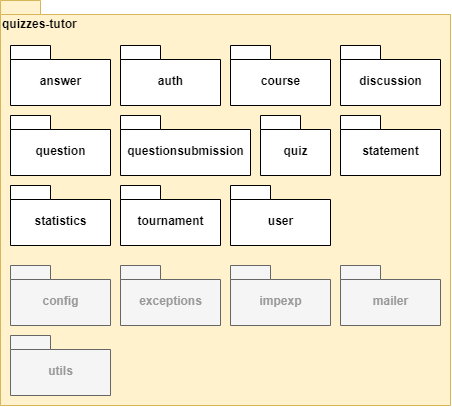
This is documentation/pictures/Decomposition View.png from dmmnjaws/ASoft-2020-2021-quizzes-tutor-arquitecture-documentation, a draw.io export, as it was before one commit. Source tidied: cells renumbered, new cells last; positions are measured from the earlier drawing's top-left corner, leaving out a move shared by most shapes. Its diagram source:
```xml
<mxGraphModel background="#ffffff">
  <root>
    <mxCell id="0" />
    <mxCell id="1" parent="0" />
    <mxCell id="2" value="quizzes-tutor" style="shape=folder;fontStyle=1;spacingTop=10;tabWidth=40;tabHeight=14;tabPosition=left;html=1;labelPosition=center;verticalLabelPosition=middle;align=left;verticalAlign=top;fillColor=#fff2cc;strokeColor=#d6b656;" parent="1" vertex="1">
      <mxGeometry width="450" height="405" as="geometry" />
    </mxCell>
    <mxCell id="3" value="answer" style="shape=folder;fontStyle=1;spacingTop=10;tabWidth=40;tabHeight=14;tabPosition=left;html=1;align=center;verticalAlign=middle;" parent="1" vertex="1">
      <mxGeometry x="10" y="45" width="100" height="60" as="geometry" />
    </mxCell>
    <mxCell id="4" value="auth" style="shape=folder;fontStyle=1;spacingTop=10;tabWidth=40;tabHeight=14;tabPosition=left;html=1;align=center;verticalAlign=middle;" parent="1" vertex="1">
      <mxGeometry x="120" y="45" width="100" height="60" as="geometry" />
    </mxCell>
    <mxCell id="5" value="config" style="shape=folder;fontStyle=1;spacingTop=10;tabWidth=40;tabHeight=14;tabPosition=left;html=1;align=center;verticalAlign=middle;fillColor=#f5f5f5;strokeColor=#666666;fontColor=#999999;" parent="1" vertex="1">
      <mxGeometry x="10" y="265" width="100" height="60" as="geometry" />
    </mxCell>
    <mxCell id="6" value="course" style="shape=folder;fontStyle=1;spacingTop=10;tabWidth=40;tabHeight=14;tabPosition=left;html=1;align=center;verticalAlign=middle;" parent="1" vertex="1">
      <mxGeometry x="230" y="45" width="100" height="60" as="geometry" />
    </mxCell>
    <mxCell id="7" value="discussion" style="shape=folder;fontStyle=1;spacingTop=10;tabWidth=40;tabHeight=14;tabPosition=left;html=1;align=center;verticalAlign=middle;" parent="1" vertex="1">
      <mxGeometry x="340" y="45" width="100" height="60" as="geometry" />
    </mxCell>
    <mxCell id="8" value="exceptions" style="shape=folder;fontStyle=1;spacingTop=10;tabWidth=40;tabHeight=14;tabPosition=left;html=1;align=center;verticalAlign=middle;fillColor=#f5f5f5;strokeColor=#666666;fontColor=#999999;" parent="1" vertex="1">
      <mxGeometry x="120" y="265" width="100" height="60" as="geometry" />
    </mxCell>
    <mxCell id="9" value="impexp" style="shape=folder;fontStyle=1;spacingTop=10;tabWidth=40;tabHeight=14;tabPosition=left;html=1;align=center;verticalAlign=middle;fillColor=#f5f5f5;strokeColor=#666666;fontColor=#999999;" parent="1" vertex="1">
      <mxGeometry x="230" y="265" width="100" height="60" as="geometry" />
    </mxCell>
    <mxCell id="10" value="mailer" style="shape=folder;fontStyle=1;spacingTop=10;tabWidth=40;tabHeight=14;tabPosition=left;html=1;align=center;verticalAlign=middle;fillColor=#f5f5f5;strokeColor=#666666;fontColor=#999999;" parent="1" vertex="1">
      <mxGeometry x="340" y="265" width="100" height="60" as="geometry" />
    </mxCell>
    <mxCell id="11" value="question" style="shape=folder;fontStyle=1;spacingTop=10;tabWidth=40;tabHeight=14;tabPosition=left;html=1;align=center;verticalAlign=middle;" parent="1" vertex="1">
      <mxGeometry x="10" y="115" width="100" height="60" as="geometry" />
    </mxCell>
    <mxCell id="12" value="questionsubmission" style="shape=folder;fontStyle=1;spacingTop=10;tabWidth=40;tabHeight=14;tabPosition=left;html=1;align=center;verticalAlign=middle;" parent="1" vertex="1">
      <mxGeometry x="120" y="115" width="130" height="60" as="geometry" />
    </mxCell>
    <mxCell id="13" value="quiz" style="shape=folder;fontStyle=1;spacingTop=10;tabWidth=40;tabHeight=14;tabPosition=left;html=1;align=center;verticalAlign=middle;" parent="1" vertex="1">
      <mxGeometry x="260" y="115" width="70" height="60" as="geometry" />
    </mxCell>
    <mxCell id="14" value="statement" style="shape=folder;fontStyle=1;spacingTop=10;tabWidth=40;tabHeight=14;tabPosition=left;html=1;align=center;verticalAlign=middle;" parent="1" vertex="1">
      <mxGeometry x="340" y="115" width="100" height="60" as="geometry" />
    </mxCell>
    <mxCell id="15" value="statistics" style="shape=folder;fontStyle=1;spacingTop=10;tabWidth=40;tabHeight=14;tabPosition=left;html=1;align=center;verticalAlign=middle;" parent="1" vertex="1">
      <mxGeometry x="10" y="185" width="100" height="60" as="geometry" />
    </mxCell>
    <mxCell id="16" value="tournament" style="shape=folder;fontStyle=1;spacingTop=10;tabWidth=40;tabHeight=14;tabPosition=left;html=1;align=center;verticalAlign=middle;" parent="1" vertex="1">
      <mxGeometry x="120" y="185" width="100" height="60" as="geometry" />
    </mxCell>
    <mxCell id="17" value="user" style="shape=folder;fontStyle=1;spacingTop=10;tabWidth=40;tabHeight=14;tabPosition=left;html=1;align=center;verticalAlign=middle;" parent="1" vertex="1">
      <mxGeometry x="230" y="185" width="100" height="60" as="geometry" />
    </mxCell>
    <mxCell id="18" value="utils" style="shape=folder;fontStyle=1;spacingTop=10;tabWidth=40;tabHeight=14;tabPosition=left;html=1;align=center;verticalAlign=middle;fillColor=#f5f5f5;strokeColor=#666666;fontColor=#999999;" parent="1" vertex="1">
      <mxGeometry x="10" y="335" width="100" height="60" as="geometry" />
    </mxCell>
    <mxCell id="19" style="edgeStyle=orthogonalEdgeStyle;rounded=0;orthogonalLoop=1;jettySize=auto;html=1;exitX=0.5;exitY=1;exitDx=0;exitDy=0;exitPerimeter=0;fontColor=#999999;" parent="1" edge="1" source="8" target="8">
      <mxGeometry relative="1" as="geometry" />
    </mxCell>
  </root>
</mxGraphModel>
```
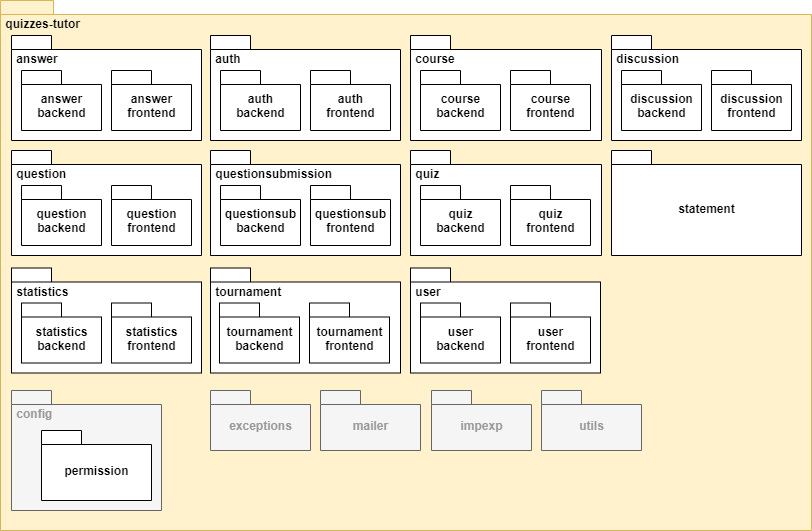
Later version of the same file.

Commit message:
Update decomposition view. Added notes.

What changed in the source:
```diff
@@ -2,59 +2,122 @@
   <root>
     <mxCell id="0" />
     <mxCell id="1" parent="0" />
-    <mxCell id="2" value="quizzes-tutor" style="shape=folder;fontStyle=1;spacingTop=10;tabWidth=40;tabHeight=14;tabPosition=left;html=1;labelPosition=center;verticalLabelPosition=middle;align=left;verticalAlign=top;fillColor=#fff2cc;strokeColor=#d6b656;" parent="1" vertex="1">
-      <mxGeometry width="450" height="405" as="geometry" />
+    <mxCell id="2" value="&amp;nbsp;quizzes-tutor" style="shape=folder;fontStyle=1;spacingTop=10;tabWidth=40;tabHeight=14;tabPosition=left;html=1;labelPosition=center;verticalLabelPosition=middle;align=left;verticalAlign=top;fillColor=#fff2cc;strokeColor=#d6b656;" parent="1" vertex="1">
+      <mxGeometry x="-1" y="-225" width="811" height="530" as="geometry" />
     </mxCell>
-    <mxCell id="3" value="answer" style="shape=folder;fontStyle=1;spacingTop=10;tabWidth=40;tabHeight=14;tabPosition=left;html=1;align=center;verticalAlign=middle;" parent="1" vertex="1">
-      <mxGeometry x="10" y="45" width="100" height="60" as="geometry" />
+    <mxCell id="3" value="&amp;nbsp;answer" style="shape=folder;fontStyle=1;spacingTop=10;tabWidth=40;tabHeight=14;tabPosition=left;html=1;align=left;verticalAlign=top;" parent="1" vertex="1">
+      <mxGeometry x="10" y="-190" width="190" height="105" as="geometry" />
     </mxCell>
-    <mxCell id="4" value="auth" style="shape=folder;fontStyle=1;spacingTop=10;tabWidth=40;tabHeight=14;tabPosition=left;html=1;align=center;verticalAlign=middle;" parent="1" vertex="1">
-      <mxGeometry x="120" y="45" width="100" height="60" as="geometry" />
+    <mxCell id="4" value="&amp;nbsp;auth" style="shape=folder;fontStyle=1;spacingTop=10;tabWidth=40;tabHeight=14;tabPosition=left;html=1;align=left;verticalAlign=top;" parent="1" vertex="1">
+      <mxGeometry x="209" y="-190" width="190" height="105" as="geometry" />
     </mxCell>
-    <mxCell id="5" value="config" style="shape=folder;fontStyle=1;spacingTop=10;tabWidth=40;tabHeight=14;tabPosition=left;html=1;align=center;verticalAlign=middle;fillColor=#f5f5f5;strokeColor=#666666;fontColor=#999999;" parent="1" vertex="1">
-      <mxGeometry x="10" y="265" width="100" height="60" as="geometry" />
+    <mxCell id="5" value="&amp;nbsp;config" style="shape=folder;fontStyle=1;spacingTop=10;tabWidth=40;tabHeight=14;tabPosition=left;html=1;align=left;verticalAlign=top;fillColor=#f5f5f5;strokeColor=#666666;fontColor=#999999;" parent="1" vertex="1">
+      <mxGeometry x="10" y="165" width="150" height="120" as="geometry" />
     </mxCell>
-    <mxCell id="6" value="course" style="shape=folder;fontStyle=1;spacingTop=10;tabWidth=40;tabHeight=14;tabPosition=left;html=1;align=center;verticalAlign=middle;" parent="1" vertex="1">
-      <mxGeometry x="230" y="45" width="100" height="60" as="geometry" />
+    <mxCell id="6" value="&amp;nbsp;course" style="shape=folder;fontStyle=1;spacingTop=10;tabWidth=40;tabHeight=14;tabPosition=left;html=1;align=left;verticalAlign=top;" parent="1" vertex="1">
+      <mxGeometry x="409" y="-190" width="191" height="105" as="geometry" />
     </mxCell>
-    <mxCell id="7" value="discussion" style="shape=folder;fontStyle=1;spacingTop=10;tabWidth=40;tabHeight=14;tabPosition=left;html=1;align=center;verticalAlign=middle;" parent="1" vertex="1">
-      <mxGeometry x="340" y="45" width="100" height="60" as="geometry" />
-    </mxCell>
     <mxCell id="8" value="exceptions" style="shape=folder;fontStyle=1;spacingTop=10;tabWidth=40;tabHeight=14;tabPosition=left;html=1;align=center;verticalAlign=middle;fillColor=#f5f5f5;strokeColor=#666666;fontColor=#999999;" parent="1" vertex="1">
-      <mxGeometry x="120" y="265" width="100" height="60" as="geometry" />
+      <mxGeometry x="209" y="165" width="100" height="60" as="geometry" />
     </mxCell>
     <mxCell id="9" value="impexp" style="shape=folder;fontStyle=1;spacingTop=10;tabWidth=40;tabHeight=14;tabPosition=left;html=1;align=center;verticalAlign=middle;fillColor=#f5f5f5;strokeColor=#666666;fontColor=#999999;" parent="1" vertex="1">
-      <mxGeometry x="230" y="265" width="100" height="60" as="geometry" />
+      <mxGeometry x="430" y="165" width="100" height="60" as="geometry" />
     </mxCell>
     <mxCell id="10" value="mailer" style="shape=folder;fontStyle=1;spacingTop=10;tabWidth=40;tabHeight=14;tabPosition=left;html=1;align=center;verticalAlign=middle;fillColor=#f5f5f5;strokeColor=#666666;fontColor=#999999;" parent="1" vertex="1">
-      <mxGeometry x="340" y="265" width="100" height="60" as="geometry" />
+      <mxGeometry x="319" y="165" width="100" height="60" as="geometry" />
     </mxCell>
-    <mxCell id="11" value="question" style="shape=folder;fontStyle=1;spacingTop=10;tabWidth=40;tabHeight=14;tabPosition=left;html=1;align=center;verticalAlign=middle;" parent="1" vertex="1">
-      <mxGeometry x="10" y="115" width="100" height="60" as="geometry" />
-    </mxCell>
-    <mxCell id="12" value="questionsubmission" style="shape=folder;fontStyle=1;spacingTop=10;tabWidth=40;tabHeight=14;tabPosition=left;html=1;align=center;verticalAlign=middle;" parent="1" vertex="1">
-      <mxGeometry x="120" y="115" width="130" height="60" as="geometry" />
-    </mxCell>
-    <mxCell id="13" value="quiz" style="shape=folder;fontStyle=1;spacingTop=10;tabWidth=40;tabHeight=14;tabPosition=left;html=1;align=center;verticalAlign=middle;" parent="1" vertex="1">
-      <mxGeometry x="260" y="115" width="70" height="60" as="geometry" />
-    </mxCell>
-    <mxCell id="14" value="statement" style="shape=folder;fontStyle=1;spacingTop=10;tabWidth=40;tabHeight=14;tabPosition=left;html=1;align=center;verticalAlign=middle;" parent="1" vertex="1">
-      <mxGeometry x="340" y="115" width="100" height="60" as="geometry" />
-    </mxCell>
-    <mxCell id="15" value="statistics" style="shape=folder;fontStyle=1;spacingTop=10;tabWidth=40;tabHeight=14;tabPosition=left;html=1;align=center;verticalAlign=middle;" parent="1" vertex="1">
-      <mxGeometry x="10" y="185" width="100" height="60" as="geometry" />
-    </mxCell>
-    <mxCell id="16" value="tournament" style="shape=folder;fontStyle=1;spacingTop=10;tabWidth=40;tabHeight=14;tabPosition=left;html=1;align=center;verticalAlign=middle;" parent="1" vertex="1">
-      <mxGeometry x="120" y="185" width="100" height="60" as="geometry" />
-    </mxCell>
-    <mxCell id="17" value="user" style="shape=folder;fontStyle=1;spacingTop=10;tabWidth=40;tabHeight=14;tabPosition=left;html=1;align=center;verticalAlign=middle;" parent="1" vertex="1">
-      <mxGeometry x="230" y="185" width="100" height="60" as="geometry" />
-    </mxCell>
     <mxCell id="18" value="utils" style="shape=folder;fontStyle=1;spacingTop=10;tabWidth=40;tabHeight=14;tabPosition=left;html=1;align=center;verticalAlign=middle;fillColor=#f5f5f5;strokeColor=#666666;fontColor=#999999;" parent="1" vertex="1">
-      <mxGeometry x="10" y="335" width="100" height="60" as="geometry" />
+      <mxGeometry x="540" y="165" width="100" height="60" as="geometry" />
     </mxCell>
     <mxCell id="19" style="edgeStyle=orthogonalEdgeStyle;rounded=0;orthogonalLoop=1;jettySize=auto;html=1;exitX=0.5;exitY=1;exitDx=0;exitDy=0;exitPerimeter=0;fontColor=#999999;" parent="1" edge="1" source="8" target="8">
       <mxGeometry relative="1" as="geometry" />
     </mxCell>
+    <mxCell id="20" value="auth&lt;br&gt;backend" style="shape=folder;fontStyle=1;spacingTop=10;tabWidth=40;tabHeight=14;tabPosition=left;html=1;align=center;verticalAlign=middle;" parent="1" vertex="1">
+      <mxGeometry x="219" y="-155" width="80" height="60" as="geometry" />
+    </mxCell>
+    <mxCell id="21" value="auth&lt;br&gt;frontend" style="shape=folder;fontStyle=1;spacingTop=10;tabWidth=40;tabHeight=14;tabPosition=left;html=1;align=center;verticalAlign=middle;" parent="1" vertex="1">
+      <mxGeometry x="309" y="-155" width="80" height="60" as="geometry" />
+    </mxCell>
+    <mxCell id="22" value="course&lt;br&gt;backend" style="shape=folder;fontStyle=1;spacingTop=10;tabWidth=40;tabHeight=14;tabPosition=left;html=1;align=center;verticalAlign=middle;" parent="1" vertex="1">
+      <mxGeometry x="419" y="-155" width="80" height="60" as="geometry" />
+    </mxCell>
+    <mxCell id="23" value="course&lt;br&gt;frontend" style="shape=folder;fontStyle=1;spacingTop=10;tabWidth=40;tabHeight=14;tabPosition=left;html=1;align=center;verticalAlign=middle;" parent="1" vertex="1">
+      <mxGeometry x="509" y="-155" width="80" height="60" as="geometry" />
+    </mxCell>
+    <mxCell id="24" value="answer&lt;br&gt;backend" style="shape=folder;fontStyle=1;spacingTop=10;tabWidth=40;tabHeight=14;tabPosition=left;html=1;align=center;verticalAlign=middle;" parent="1" vertex="1">
+      <mxGeometry x="20" y="-155" width="80" height="60" as="geometry" />
+    </mxCell>
+    <mxCell id="25" value="answer&lt;br&gt;frontend" style="shape=folder;fontStyle=1;spacingTop=10;tabWidth=40;tabHeight=14;tabPosition=left;html=1;align=center;verticalAlign=middle;" parent="1" vertex="1">
+      <mxGeometry x="110" y="-155" width="80" height="60" as="geometry" />
+    </mxCell>
+    <mxCell id="11" value="&amp;nbsp;question" style="shape=folder;fontStyle=1;spacingTop=10;tabWidth=40;tabHeight=14;tabPosition=left;html=1;align=left;verticalAlign=top;" parent="1" vertex="1">
+      <mxGeometry x="10" y="-75" width="190" height="105" as="geometry" />
+    </mxCell>
+    <mxCell id="26" value="question&lt;br&gt;backend" style="shape=folder;fontStyle=1;spacingTop=10;tabWidth=40;tabHeight=14;tabPosition=left;html=1;align=center;verticalAlign=middle;" parent="1" vertex="1">
+      <mxGeometry x="20" y="-40" width="80" height="60" as="geometry" />
+    </mxCell>
+    <mxCell id="27" value="question&lt;br&gt;frontend" style="shape=folder;fontStyle=1;spacingTop=10;tabWidth=40;tabHeight=14;tabPosition=left;html=1;align=center;verticalAlign=middle;" parent="1" vertex="1">
+      <mxGeometry x="110" y="-40" width="80" height="60" as="geometry" />
+    </mxCell>
+    <mxCell id="7" value="&amp;nbsp;discussion" style="shape=folder;fontStyle=1;spacingTop=10;tabWidth=40;tabHeight=14;tabPosition=left;html=1;align=left;verticalAlign=top;" parent="1" vertex="1">
+      <mxGeometry x="610" y="-190" width="190" height="105" as="geometry" />
+    </mxCell>
+    <mxCell id="28" value="discussion&lt;br&gt;backend" style="shape=folder;fontStyle=1;spacingTop=10;tabWidth=40;tabHeight=14;tabPosition=left;html=1;align=center;verticalAlign=middle;" parent="1" vertex="1">
+      <mxGeometry x="620" y="-155" width="80" height="60" as="geometry" />
+    </mxCell>
+    <mxCell id="29" value="discussion&lt;br&gt;frontend" style="shape=folder;fontStyle=1;spacingTop=10;tabWidth=40;tabHeight=14;tabPosition=left;html=1;align=center;verticalAlign=middle;" parent="1" vertex="1">
+      <mxGeometry x="710" y="-155" width="80" height="60" as="geometry" />
+    </mxCell>
+    <mxCell id="12" value="&amp;nbsp;questionsubmission" style="shape=folder;fontStyle=1;spacingTop=10;tabWidth=40;tabHeight=14;tabPosition=left;html=1;align=left;verticalAlign=top;" parent="1" vertex="1">
+      <mxGeometry x="209" y="-75" width="190" height="105" as="geometry" />
+    </mxCell>
+    <mxCell id="30" value="questionsub&lt;br&gt;backend" style="shape=folder;fontStyle=1;spacingTop=10;tabWidth=40;tabHeight=14;tabPosition=left;html=1;align=center;verticalAlign=middle;" parent="1" vertex="1">
+      <mxGeometry x="219" y="-40" width="80" height="60" as="geometry" />
+    </mxCell>
+    <mxCell id="31" value="questionsub&lt;br&gt;frontend" style="shape=folder;fontStyle=1;spacingTop=10;tabWidth=40;tabHeight=14;tabPosition=left;html=1;align=center;verticalAlign=middle;" parent="1" vertex="1">
+      <mxGeometry x="309" y="-40" width="80" height="60" as="geometry" />
+    </mxCell>
+    <mxCell id="13" value="&amp;nbsp;quiz" style="shape=folder;fontStyle=1;spacingTop=10;tabWidth=40;tabHeight=14;tabPosition=left;html=1;align=left;verticalAlign=top;" parent="1" vertex="1">
+      <mxGeometry x="409" y="-75" width="191" height="105" as="geometry" />
+    </mxCell>
+    <mxCell id="32" value="quiz&lt;br&gt;backend" style="shape=folder;fontStyle=1;spacingTop=10;tabWidth=40;tabHeight=14;tabPosition=left;html=1;align=center;verticalAlign=middle;" parent="1" vertex="1">
+      <mxGeometry x="419" y="-40" width="80" height="60" as="geometry" />
+    </mxCell>
+    <mxCell id="33" value="quiz&lt;br&gt;frontend" style="shape=folder;fontStyle=1;spacingTop=10;tabWidth=40;tabHeight=14;tabPosition=left;html=1;align=center;verticalAlign=middle;" parent="1" vertex="1">
+      <mxGeometry x="509" y="-40" width="80" height="60" as="geometry" />
+    </mxCell>
+    <mxCell id="15" value="&amp;nbsp;statistics" style="shape=folder;fontStyle=1;spacingTop=10;tabWidth=40;tabHeight=14;tabPosition=left;html=1;align=left;verticalAlign=top;" parent="1" vertex="1">
+      <mxGeometry x="10" y="42.5" width="190" height="105" as="geometry" />
+    </mxCell>
+    <mxCell id="34" value="statistics&lt;br&gt;backend" style="shape=folder;fontStyle=1;spacingTop=10;tabWidth=40;tabHeight=14;tabPosition=left;html=1;align=center;verticalAlign=middle;" parent="1" vertex="1">
+      <mxGeometry x="20" y="77.5" width="80" height="60" as="geometry" />
+    </mxCell>
+    <mxCell id="35" value="statistics&lt;br&gt;frontend" style="shape=folder;fontStyle=1;spacingTop=10;tabWidth=40;tabHeight=14;tabPosition=left;html=1;align=center;verticalAlign=middle;" parent="1" vertex="1">
+      <mxGeometry x="110" y="77.5" width="80" height="60" as="geometry" />
+    </mxCell>
+    <mxCell id="17" value="&amp;nbsp;user" style="shape=folder;fontStyle=1;spacingTop=10;tabWidth=40;tabHeight=14;tabPosition=left;html=1;align=left;verticalAlign=top;" parent="1" vertex="1">
+      <mxGeometry x="409" y="42.5" width="190" height="105" as="geometry" />
+    </mxCell>
+    <mxCell id="36" value="user&lt;br&gt;backend" style="shape=folder;fontStyle=1;spacingTop=10;tabWidth=40;tabHeight=14;tabPosition=left;html=1;align=center;verticalAlign=middle;" parent="1" vertex="1">
+      <mxGeometry x="419" y="77.5" width="80" height="60" as="geometry" />
+    </mxCell>
+    <mxCell id="37" value="user&lt;br&gt;frontend" style="shape=folder;fontStyle=1;spacingTop=10;tabWidth=40;tabHeight=14;tabPosition=left;html=1;align=center;verticalAlign=middle;" parent="1" vertex="1">
+      <mxGeometry x="509" y="77.5" width="80" height="60" as="geometry" />
+    </mxCell>
+    <mxCell id="14" value="statement" style="shape=folder;fontStyle=1;spacingTop=10;tabWidth=40;tabHeight=14;tabPosition=left;html=1;align=center;verticalAlign=middle;" parent="1" vertex="1">
+      <mxGeometry x="610" y="-75" width="190" height="105" as="geometry" />
+    </mxCell>
+    <mxCell id="38" value="permission" style="shape=folder;fontStyle=1;spacingTop=10;tabWidth=40;tabHeight=14;tabPosition=left;html=1;align=center;verticalAlign=middle;" parent="1" vertex="1">
+      <mxGeometry x="40" y="205" width="110" height="70" as="geometry" />
+    </mxCell>
+    <mxCell id="16" value="&amp;nbsp;tournament" style="shape=folder;fontStyle=1;spacingTop=10;tabWidth=40;tabHeight=14;tabPosition=left;html=1;align=left;verticalAlign=top;" parent="1" vertex="1">
+      <mxGeometry x="209" y="42.5" width="190" height="105" as="geometry" />
+    </mxCell>
+    <mxCell id="39" value="tournament&lt;br&gt;backend" style="shape=folder;fontStyle=1;spacingTop=10;tabWidth=40;tabHeight=14;tabPosition=left;html=1;align=center;verticalAlign=middle;" parent="1" vertex="1">
+      <mxGeometry x="218" y="77.5" width="80" height="60" as="geometry" />
+    </mxCell>
+    <mxCell id="40" value="tournament&lt;br&gt;frontend" style="shape=folder;fontStyle=1;spacingTop=10;tabWidth=40;tabHeight=14;tabPosition=left;html=1;align=center;verticalAlign=middle;" parent="1" vertex="1">
+      <mxGeometry x="308" y="77.5" width="80" height="60" as="geometry" />
+    </mxCell>
   </root>
 </mxGraphModel>
```
